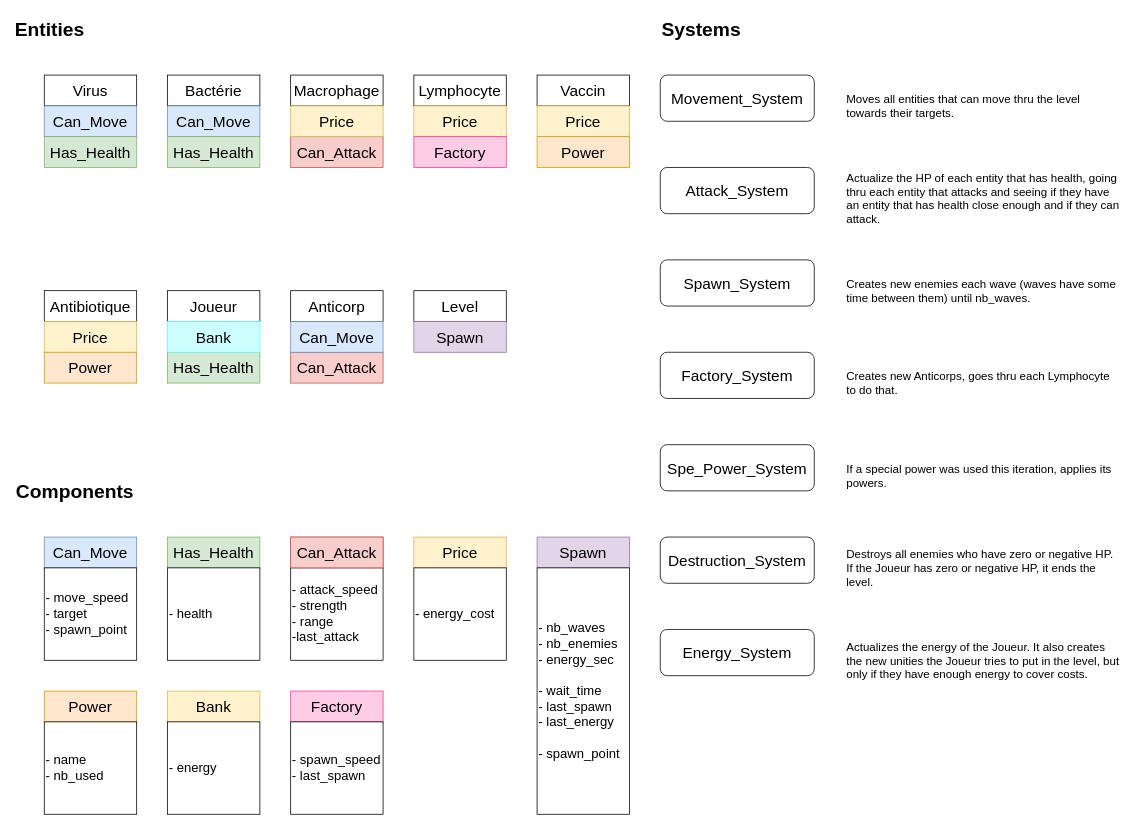
Above: entities_components.drawio in Titanmito/Immunocalypse (draw.io), before the change. Source tidied: cells renumbered, new cells numbered last; positions are measured from the earlier drawing's top-left corner, leaving out a move shared by most shapes. Both pictures are drawn from the tidied source at 77%, with x=0, y=0 at pixel (13, 13).
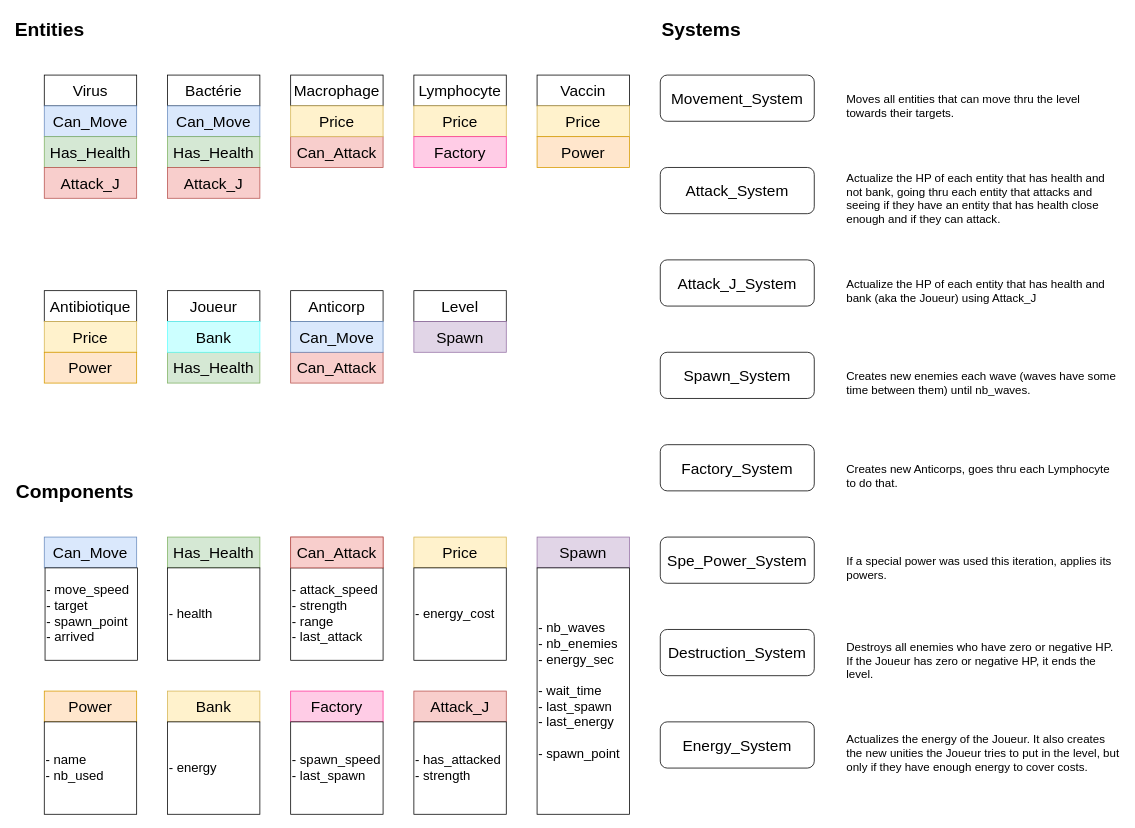
The same page after the edit.

The change refers to these unchanged cells:
```xml
<mxCell id="25" value="&lt;font style=&quot;font-size: 20px&quot;&gt;Price&lt;/font&gt;" style="rounded=0;whiteSpace=wrap;html=1;fillColor=#fff2cc;strokeColor=#d6b656;" parent="1" vertex="1">
  <mxGeometry x="520" y="680" width="120" height="40" as="geometry" />
</mxCell>
```

Diff of the diagram source:
```diff
@@
-    <mxCell id="12" value="&lt;font style=&quot;font-size: 17px&quot;&gt;- move_speed&lt;/font&gt;&lt;br&gt;&lt;div style=&quot;font-size: 17px&quot; align=&quot;left&quot;&gt;&lt;font style=&quot;font-size: 17px&quot;&gt;- target&lt;/font&gt;&lt;/div&gt;&lt;div style=&quot;font-size: 17px&quot; align=&quot;left&quot;&gt;&lt;font style=&quot;font-size: 17px&quot;&gt;- spawn_point&lt;br&gt;&lt;/font&gt;&lt;/div&gt;" style="rounded=0;whiteSpace=wrap;html=1;align=left;" parent="1" vertex="1">
-      <mxGeometry x="40" y="720" width="120" height="120" as="geometry" />
+    <mxCell id="12" value="&lt;font style=&quot;font-size: 17px&quot;&gt;- move_speed&lt;/font&gt;&lt;br&gt;&lt;div style=&quot;font-size: 17px&quot; align=&quot;left&quot;&gt;&lt;font style=&quot;font-size: 17px&quot;&gt;- target&lt;/font&gt;&lt;/div&gt;&lt;div style=&quot;font-size: 17px&quot; align=&quot;left&quot;&gt;&lt;font style=&quot;font-size: 17px&quot;&gt;- spawn_point&lt;br&gt;&lt;/font&gt;&lt;/div&gt;&lt;div style=&quot;font-size: 17px&quot; align=&quot;left&quot;&gt;&lt;font style=&quot;font-size: 17px&quot;&gt;- arrived&lt;br&gt;&lt;/font&gt;&lt;/div&gt;" style="rounded=0;whiteSpace=wrap;html=1;align=left;" parent="1" vertex="1">
+      <mxGeometry x="41" y="720" width="120" height="120" as="geometry" />
     </mxCell>
@@
-    <mxCell id="21" value="&lt;div&gt;&lt;font style=&quot;font-size: 17px&quot;&gt;- attack_speed&lt;/font&gt;&lt;/div&gt;&lt;div&gt;&lt;font style=&quot;font-size: 17px&quot;&gt;- strength&lt;br&gt;&lt;/font&gt;&lt;/div&gt;&lt;div&gt;&lt;font style=&quot;font-size: 17px&quot;&gt;- range&lt;/font&gt;&lt;/div&gt;&lt;div&gt;&lt;font style=&quot;font-size: 17px&quot;&gt;-last_attack&lt;br&gt;&lt;/font&gt;&lt;/div&gt;" style="rounded=0;whiteSpace=wrap;html=1;align=left;" parent="1" vertex="1">
+    <mxCell id="21" value="&lt;div&gt;&lt;font style=&quot;font-size: 17px&quot;&gt;- attack_speed&lt;/font&gt;&lt;/div&gt;&lt;div&gt;&lt;font style=&quot;font-size: 17px&quot;&gt;- strength&lt;br&gt;&lt;/font&gt;&lt;/div&gt;&lt;div&gt;&lt;font style=&quot;font-size: 17px&quot;&gt;- range&lt;/font&gt;&lt;/div&gt;&lt;div&gt;&lt;font style=&quot;font-size: 17px&quot;&gt;- last_attack&lt;br&gt;&lt;/font&gt;&lt;/div&gt;" style="rounded=0;whiteSpace=wrap;html=1;align=left;" parent="1" vertex="1">
       <mxGeometry x="360" y="720" width="120" height="120" as="geometry" />
     </mxCell>
@@
+    <mxCell id="62" style="edgeStyle=orthogonalEdgeStyle;rounded=0;jettySize=auto;html=1;fontSize=15;" parent="1" edge="1" source="25">
+      <mxGeometry relative="1" as="geometry">
+        <mxPoint x="580" y="800" as="targetPoint" />
+      </mxGeometry>
+    </mxCell>
@@
     <mxCell id="40" value="&lt;font style=&quot;font-size: 20px&quot;&gt;Spawn_System&lt;/font&gt;" style="rounded=1;whiteSpace=wrap;html=1;" parent="1" vertex="1">
-      <mxGeometry x="840" y="320" width="200" height="60" as="geometry" />
+      <mxGeometry x="840" y="440" width="200" height="60" as="geometry" />
     </mxCell>
     <mxCell id="41" value="&lt;font style=&quot;font-size: 20px&quot;&gt;Spe_Power_System&lt;/font&gt;" style="rounded=1;whiteSpace=wrap;html=1;" parent="1" vertex="1">
-      <mxGeometry x="840" y="560" width="200" height="60" as="geometry" />
+      <mxGeometry x="840" y="680" width="200" height="60" as="geometry" />
     </mxCell>
@@
     <mxCell id="46" value="&lt;font style=&quot;font-size: 20px&quot;&gt;Destruction_System&lt;/font&gt;" style="rounded=1;whiteSpace=wrap;html=1;" parent="1" vertex="1">
-      <mxGeometry x="840" y="680" width="200" height="60" as="geometry" />
+      <mxGeometry x="840" y="800" width="200" height="60" as="geometry" />
     </mxCell>
@@
     <mxCell id="50" value="&lt;font style=&quot;font-size: 20px&quot;&gt;Energy_System&lt;/font&gt;" style="rounded=1;whiteSpace=wrap;html=1;" parent="1" vertex="1">
-      <mxGeometry x="840" y="800" width="200" height="60" as="geometry" />
+      <mxGeometry x="840" y="920" width="200" height="60" as="geometry" />
     </mxCell>
@@
     <mxCell id="54" value="&lt;font style=&quot;font-size: 20px&quot;&gt;Factory_System&lt;/font&gt;" style="rounded=1;whiteSpace=wrap;html=1;" parent="1" vertex="1">
-      <mxGeometry x="840" y="440" width="200" height="60" as="geometry" />
+      <mxGeometry x="840" y="560" width="200" height="60" as="geometry" />
     </mxCell>
@@
-    <mxCell id="56" value="Actualize the HP of each entity that has health, going thru each entity that attacks and seeing if they have an entity that has health close enough and if they can attack. " style="text;html=1;strokeColor=none;fillColor=none;align=left;verticalAlign=middle;whiteSpace=wrap;rounded=0;fontSize=15;" parent="1" vertex="1">
+    <mxCell id="56" value="Actualize the HP of each entity that has health and not bank, going thru each entity that attacks and seeing if they have an entity that has health close enough and if they can attack. " style="text;html=1;strokeColor=none;fillColor=none;align=left;verticalAlign=middle;whiteSpace=wrap;rounded=0;fontSize=15;" parent="1" vertex="1">
       <mxGeometry x="1080" y="200" width="360" height="80" as="geometry" />
     </mxCell>
     <mxCell id="57" value="Creates new enemies each wave (waves have some time between them) until nb_waves. " style="text;html=1;strokeColor=none;fillColor=none;align=left;verticalAlign=middle;whiteSpace=wrap;rounded=0;fontSize=15;" parent="1" vertex="1">
-      <mxGeometry x="1080" y="320" width="360" height="80" as="geometry" />
+      <mxGeometry x="1080" y="440" width="360" height="80" as="geometry" />
     </mxCell>
     <mxCell id="58" value="Creates new Anticorps, goes thru each Lymphocyte to do that.&amp;nbsp; &amp;nbsp; " style="text;html=1;strokeColor=none;fillColor=none;align=left;verticalAlign=middle;whiteSpace=wrap;rounded=0;fontSize=15;" parent="1" vertex="1">
-      <mxGeometry x="1080" y="440" width="360" height="80" as="geometry" />
+      <mxGeometry x="1080" y="560" width="360" height="80" as="geometry" />
     </mxCell>
     <mxCell id="59" value="If a special power was used this iteration, applies its powers." style="text;html=1;strokeColor=none;fillColor=none;align=left;verticalAlign=middle;whiteSpace=wrap;rounded=0;fontSize=15;" parent="1" vertex="1">
-      <mxGeometry x="1080" y="560" width="360" height="80" as="geometry" />
+      <mxGeometry x="1080" y="680" width="360" height="80" as="geometry" />
     </mxCell>
     <mxCell id="60" value="Destroys all enemies who have zero or negative HP. If the Joueur has zero or negative HP, it ends the level. " style="text;html=1;strokeColor=none;fillColor=none;align=left;verticalAlign=middle;whiteSpace=wrap;rounded=0;fontSize=15;" parent="1" vertex="1">
-      <mxGeometry x="1080" y="680" width="360" height="80" as="geometry" />
+      <mxGeometry x="1080" y="800" width="360" height="80" as="geometry" />
     </mxCell>
     <mxCell id="61" value="Actualizes the energy of the Joueur. It also creates the new unities the Joueur tries to put in the level, but only if they have enough energy to cover costs. " style="text;html=1;strokeColor=none;fillColor=none;align=left;verticalAlign=middle;whiteSpace=wrap;rounded=0;fontSize=15;" parent="1" vertex="1">
-      <mxGeometry x="1080" y="800" width="360" height="80" as="geometry" />
+      <mxGeometry x="1080" y="920" width="360" height="80" as="geometry" />
     </mxCell>
+    <mxCell id="63" value="&lt;font style=&quot;font-size: 20px&quot;&gt;Attack_J&lt;/font&gt;" style="rounded=0;whiteSpace=wrap;html=1;fillColor=#f8cecc;strokeColor=#b85450;" parent="1" vertex="1">
+      <mxGeometry x="520" y="880" width="120" height="40" as="geometry" />
+    </mxCell>
+    <mxCell id="64" value="&lt;div&gt;&lt;font style=&quot;font-size: 17px&quot;&gt;- has_attacked&lt;/font&gt;&lt;/div&gt;&lt;div&gt;&lt;font style=&quot;font-size: 17px&quot;&gt;- strength&lt;br&gt;&lt;/font&gt;&lt;/div&gt;" style="rounded=0;whiteSpace=wrap;html=1;align=left;" parent="1" vertex="1">
+      <mxGeometry x="520" y="920" width="120" height="120" as="geometry" />
+    </mxCell>
+    <mxCell id="65" value="&lt;font style=&quot;font-size: 20px&quot;&gt;Attack_J&lt;/font&gt;" style="rounded=0;whiteSpace=wrap;html=1;fillColor=#f8cecc;strokeColor=#b85450;" parent="1" vertex="1">
+      <mxGeometry x="40" y="200" width="120" height="40" as="geometry" />
+    </mxCell>
+    <mxCell id="66" value="&lt;font style=&quot;font-size: 20px&quot;&gt;Attack_J_System&lt;/font&gt;" style="rounded=1;whiteSpace=wrap;html=1;" parent="1" vertex="1">
+      <mxGeometry x="840" y="320" width="200" height="60" as="geometry" />
+    </mxCell>
+    <mxCell id="67" value="&lt;font style=&quot;font-size: 20px&quot;&gt;Attack_J&lt;/font&gt;" style="rounded=0;whiteSpace=wrap;html=1;fillColor=#f8cecc;strokeColor=#b85450;" parent="1" vertex="1">
+      <mxGeometry x="200" y="200" width="120" height="40" as="geometry" />
+    </mxCell>
+    <mxCell id="68" value="Actualize the HP of each entity that has health and&amp;nbsp; bank (aka the Joueur) using Attack_J" style="text;html=1;strokeColor=none;fillColor=none;align=left;verticalAlign=middle;whiteSpace=wrap;rounded=0;fontSize=15;" parent="1" vertex="1">
+      <mxGeometry x="1080" y="320" width="360" height="80" as="geometry" />
+    </mxCell>
```
